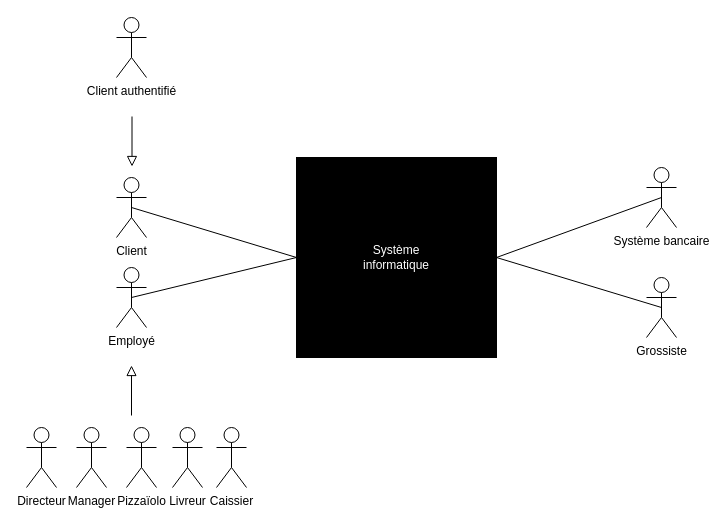
Earlier version of the draw.io diagram Diagramme de contexte.drawio (damien-devpy/OC-P4). Source tidied: cells renumbered, new cells numbered last; positions are measured from the earlier drawing's top-left corner, leaving out a move shared by most shapes. Both pictures are drawn from the tidied source at 100%, with x=0, y=0 at pixel (26, 17).
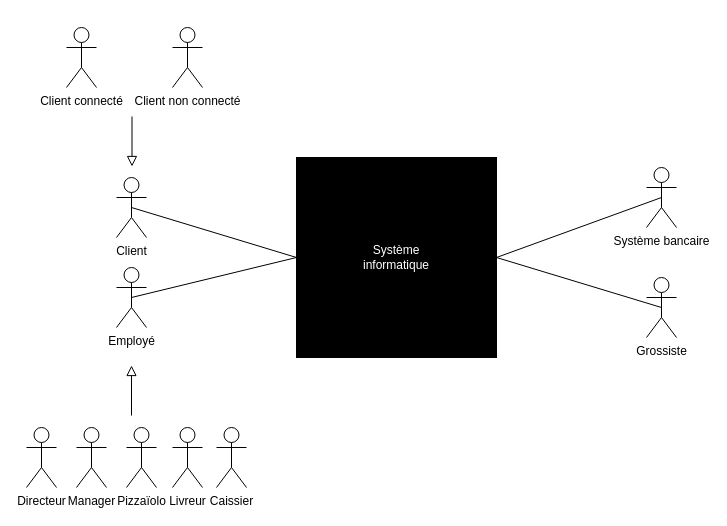
After the change.

What changed in the source:
```diff
@@
-    <mxCell id="4" value="&lt;font color=&quot;#000000&quot;&gt;Client authentifié&lt;/font&gt;" style="shape=umlActor;verticalLabelPosition=bottom;labelBackgroundColor=#ffffff;verticalAlign=top;html=1;fillColor=#FFFFFF;fontColor=#FFFFFF;" parent="1" vertex="1">
-      <mxGeometry x="90" width="30" height="60" as="geometry" />
+    <mxCell id="4" value="&lt;font color=&quot;#000000&quot;&gt;Client connecté&lt;/font&gt;" style="shape=umlActor;verticalLabelPosition=bottom;labelBackgroundColor=#ffffff;verticalAlign=top;html=1;fillColor=#FFFFFF;fontColor=#FFFFFF;" parent="1" vertex="1">
+      <mxGeometry x="40" y="10" width="30" height="60" as="geometry" />
     </mxCell>
@@
+    <mxCell id="20" value="&lt;font color=&quot;#000000&quot;&gt;Client non connecté&lt;/font&gt;" style="shape=umlActor;verticalLabelPosition=bottom;labelBackgroundColor=#ffffff;verticalAlign=top;html=1;fillColor=#FFFFFF;fontColor=#FFFFFF;" parent="1" vertex="1">
+      <mxGeometry x="146" y="10" width="30" height="60" as="geometry" />
+    </mxCell>
```
